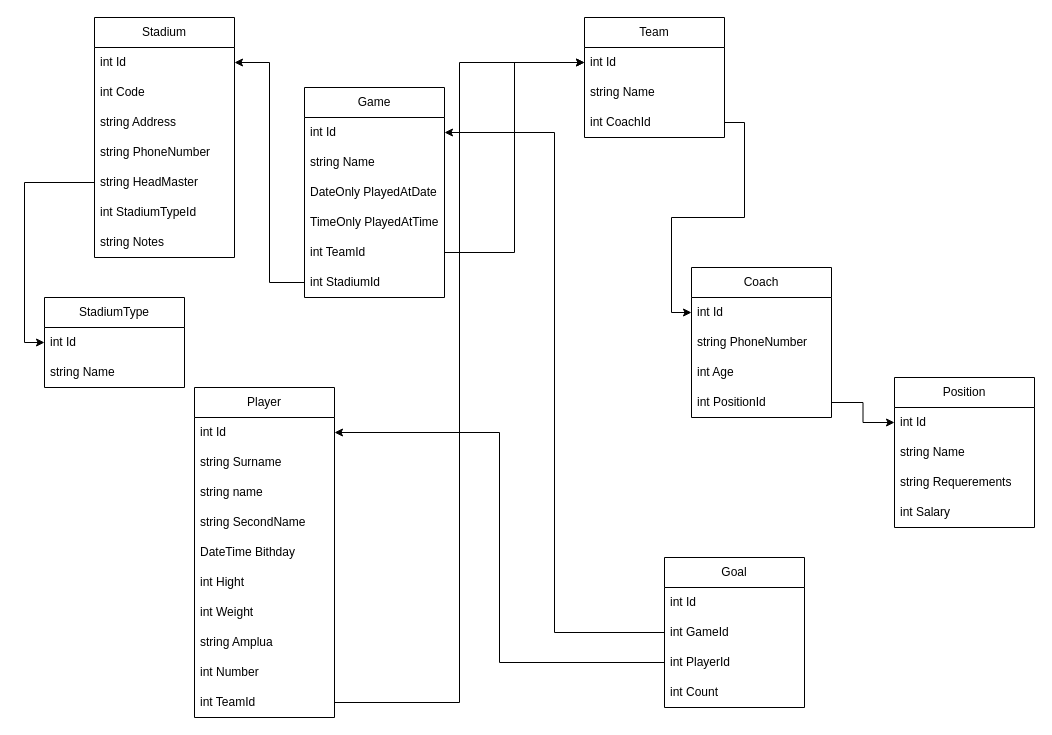
Before: Таблиці.drawio in Sorokovsky/2Cource_OOP_Practice8, a draw.io diagram. Source tidied: cells renumbered, new cells numbered last; positions are measured from the earlier drawing's top-left corner, leaving out a move shared by most shapes. Both pictures are drawn from the tidied source at 100%, with x=0, y=0 at pixel (44, 17).
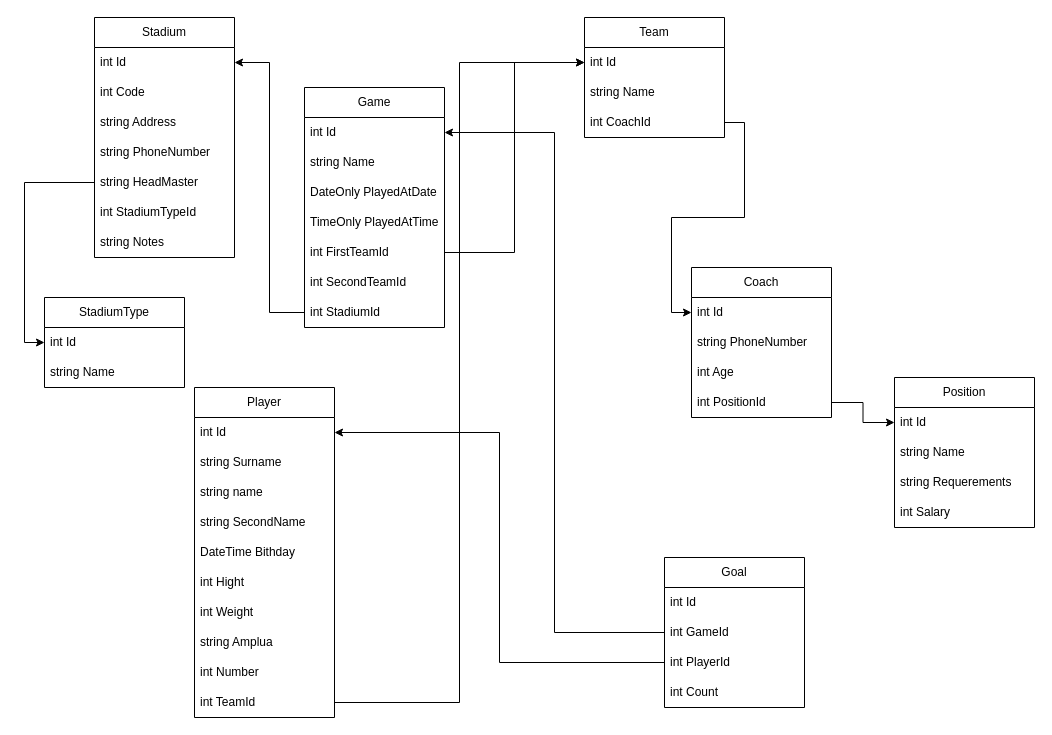
Above is the later version.

What changed in the source:
```diff
@@
     <mxCell id="13" value="Game" style="swimlane;fontStyle=0;horizontal=1;startSize=30;whiteSpace=wrap;html=1;" parent="1" vertex="1">
-      <mxGeometry x="260" y="70" width="140" height="210" as="geometry" />
+      <mxGeometry x="260" y="70" width="140" height="240" as="geometry" />
     </mxCell>
@@
-    <mxCell id="18" value="int TeamId" style="text;strokeColor=none;fillColor=none;align=left;verticalAlign=middle;spacingLeft=4;spacingRight=4;overflow=hidden;points=[[0,0.5],[1,0.5]];portConstraint=eastwest;whiteSpace=wrap;html=1;" parent="13" vertex="1">
+    <mxCell id="18" value="int FirstTeamId" style="text;strokeColor=none;fillColor=none;align=left;verticalAlign=middle;spacingLeft=4;spacingRight=4;overflow=hidden;points=[[0,0.5],[1,0.5]];portConstraint=eastwest;whiteSpace=wrap;html=1;" parent="13" vertex="1">
       <mxGeometry y="150" width="140" height="30" as="geometry" />
     </mxCell>
+    <mxCell id="58" value="int SecondTeamId" style="text;strokeColor=none;fillColor=none;align=left;verticalAlign=middle;spacingLeft=4;spacingRight=4;overflow=hidden;whiteSpace=wrap;html=1;" parent="13" vertex="1">
+      <mxGeometry y="180" width="140" height="30" as="geometry" />
+    </mxCell>
     <mxCell id="19" value="int StadiumId" style="text;strokeColor=none;fillColor=none;align=left;verticalAlign=middle;spacingLeft=4;spacingRight=4;overflow=hidden;points=[[0,0.5],[1,0.5]];portConstraint=eastwest;whiteSpace=wrap;html=1;" parent="13" vertex="1">
-      <mxGeometry y="180" width="140" height="30" as="geometry" />
+      <mxGeometry y="210" width="140" height="30" as="geometry" />
     </mxCell>
```
